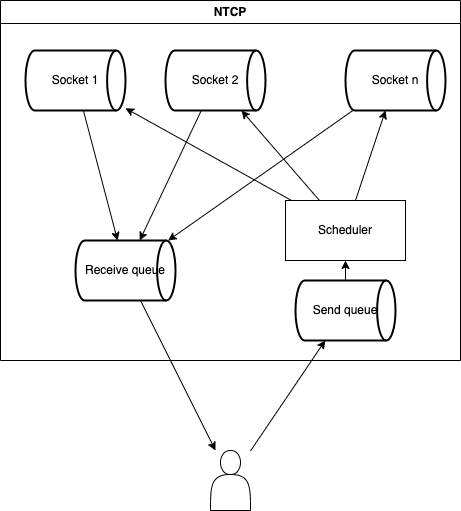
Banyc/ntcp keeps this draw.io diagram as img/arch.drawio.png. Above is the earlier version. Source tidied: cells renumbered, new cells last; positions are measured from the earlier drawing's top-left corner, leaving out a move shared by most shapes. The source it was exported from:
```xml
<mxGraphModel>
  <root>
    <mxCell id="0" />
    <mxCell id="1" parent="0" />
    <mxCell id="2" style="edgeStyle=none;html=1;" parent="1" edge="1" source="9" target="4">
      <mxGeometry relative="1" as="geometry" />
    </mxCell>
    <mxCell id="3" style="edgeStyle=none;html=1;" parent="1" edge="1" source="4" target="16">
      <mxGeometry relative="1" as="geometry" />
    </mxCell>
    <mxCell id="4" style="shape=actor;whiteSpace=wrap;html=1;" parent="1" vertex="1">
      <mxGeometry x="210" y="450" width="40" height="60" as="geometry" />
    </mxCell>
    <mxCell id="5" value="NTCP" style="swimlane;whiteSpace=wrap;html=1;" parent="1" vertex="1">
      <mxGeometry width="460" height="360" as="geometry" />
    </mxCell>
    <mxCell id="6" value="Socket 1" style="strokeWidth=2;html=1;shape=mxgraph.flowchart.direct_data;whiteSpace=wrap;" parent="5" vertex="1">
      <mxGeometry x="25" y="50" width="100" height="60" as="geometry" />
    </mxCell>
    <mxCell id="7" value="Socket 2" style="strokeWidth=2;html=1;shape=mxgraph.flowchart.direct_data;whiteSpace=wrap;" parent="5" vertex="1">
      <mxGeometry x="165" y="50" width="100" height="60" as="geometry" />
    </mxCell>
    <mxCell id="8" value="Socket n" style="strokeWidth=2;html=1;shape=mxgraph.flowchart.direct_data;whiteSpace=wrap;" parent="5" vertex="1">
      <mxGeometry x="345" y="50" width="100" height="60" as="geometry" />
    </mxCell>
    <mxCell id="9" value="Receive queue" style="strokeWidth=2;html=1;shape=mxgraph.flowchart.direct_data;whiteSpace=wrap;" parent="5" vertex="1">
      <mxGeometry x="75" y="240" width="100" height="60" as="geometry" />
    </mxCell>
    <mxCell id="10" style="edgeStyle=none;html=1;" parent="5" edge="1" source="6" target="9">
      <mxGeometry relative="1" as="geometry" />
    </mxCell>
    <mxCell id="11" style="edgeStyle=none;html=1;" parent="5" edge="1" source="7" target="9">
      <mxGeometry relative="1" as="geometry" />
    </mxCell>
    <mxCell id="12" style="edgeStyle=none;html=1;" parent="5" edge="1" source="8" target="9">
      <mxGeometry relative="1" as="geometry" />
    </mxCell>
    <mxCell id="13" style="edgeStyle=none;html=1;" parent="5" edge="1" source="17" target="6">
      <mxGeometry relative="1" as="geometry" />
    </mxCell>
    <mxCell id="14" style="edgeStyle=none;html=1;" parent="5" edge="1" source="17" target="7">
      <mxGeometry relative="1" as="geometry" />
    </mxCell>
    <mxCell id="15" style="edgeStyle=none;html=1;" parent="5" edge="1" source="17" target="8">
      <mxGeometry relative="1" as="geometry" />
    </mxCell>
    <mxCell id="16" value="Send queue" style="strokeWidth=2;html=1;shape=mxgraph.flowchart.direct_data;whiteSpace=wrap;" parent="5" vertex="1">
      <mxGeometry x="295" y="280" width="100" height="60" as="geometry" />
    </mxCell>
    <mxCell id="17" value="Scheduler" style="rounded=0;whiteSpace=wrap;html=1;" parent="5" vertex="1">
      <mxGeometry x="285" y="200" width="120" height="60" as="geometry" />
    </mxCell>
    <mxCell id="18" style="edgeStyle=none;html=1;" parent="5" edge="1" source="16" target="17">
      <mxGeometry relative="1" as="geometry" />
    </mxCell>
  </root>
</mxGraphModel>
```
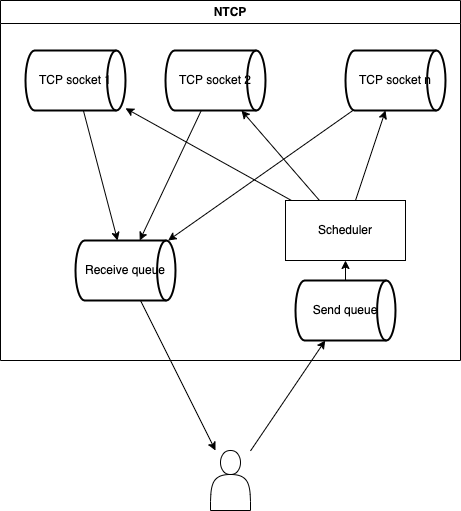
After the change.

Commit message:
docs: explicit TCP sockets

What changed in the source:
```diff
@@ -14,13 +14,13 @@
     <mxCell id="5" value="NTCP" style="swimlane;whiteSpace=wrap;html=1;" parent="1" vertex="1">
       <mxGeometry width="460" height="360" as="geometry" />
     </mxCell>
-    <mxCell id="6" value="Socket 1" style="strokeWidth=2;html=1;shape=mxgraph.flowchart.direct_data;whiteSpace=wrap;" parent="5" vertex="1">
+    <mxCell id="6" value="TCP socket 1" style="strokeWidth=2;html=1;shape=mxgraph.flowchart.direct_data;whiteSpace=wrap;" parent="5" vertex="1">
       <mxGeometry x="25" y="50" width="100" height="60" as="geometry" />
     </mxCell>
-    <mxCell id="7" value="Socket 2" style="strokeWidth=2;html=1;shape=mxgraph.flowchart.direct_data;whiteSpace=wrap;" parent="5" vertex="1">
+    <mxCell id="7" value="TCP socket 2" style="strokeWidth=2;html=1;shape=mxgraph.flowchart.direct_data;whiteSpace=wrap;" parent="5" vertex="1">
       <mxGeometry x="165" y="50" width="100" height="60" as="geometry" />
     </mxCell>
-    <mxCell id="8" value="Socket n" style="strokeWidth=2;html=1;shape=mxgraph.flowchart.direct_data;whiteSpace=wrap;" parent="5" vertex="1">
+    <mxCell id="8" value="TCP socket n" style="strokeWidth=2;html=1;shape=mxgraph.flowchart.direct_data;whiteSpace=wrap;" parent="5" vertex="1">
       <mxGeometry x="345" y="50" width="100" height="60" as="geometry" />
     </mxCell>
     <mxCell id="9" value="Receive queue" style="strokeWidth=2;html=1;shape=mxgraph.flowchart.direct_data;whiteSpace=wrap;" parent="5" vertex="1">
```
